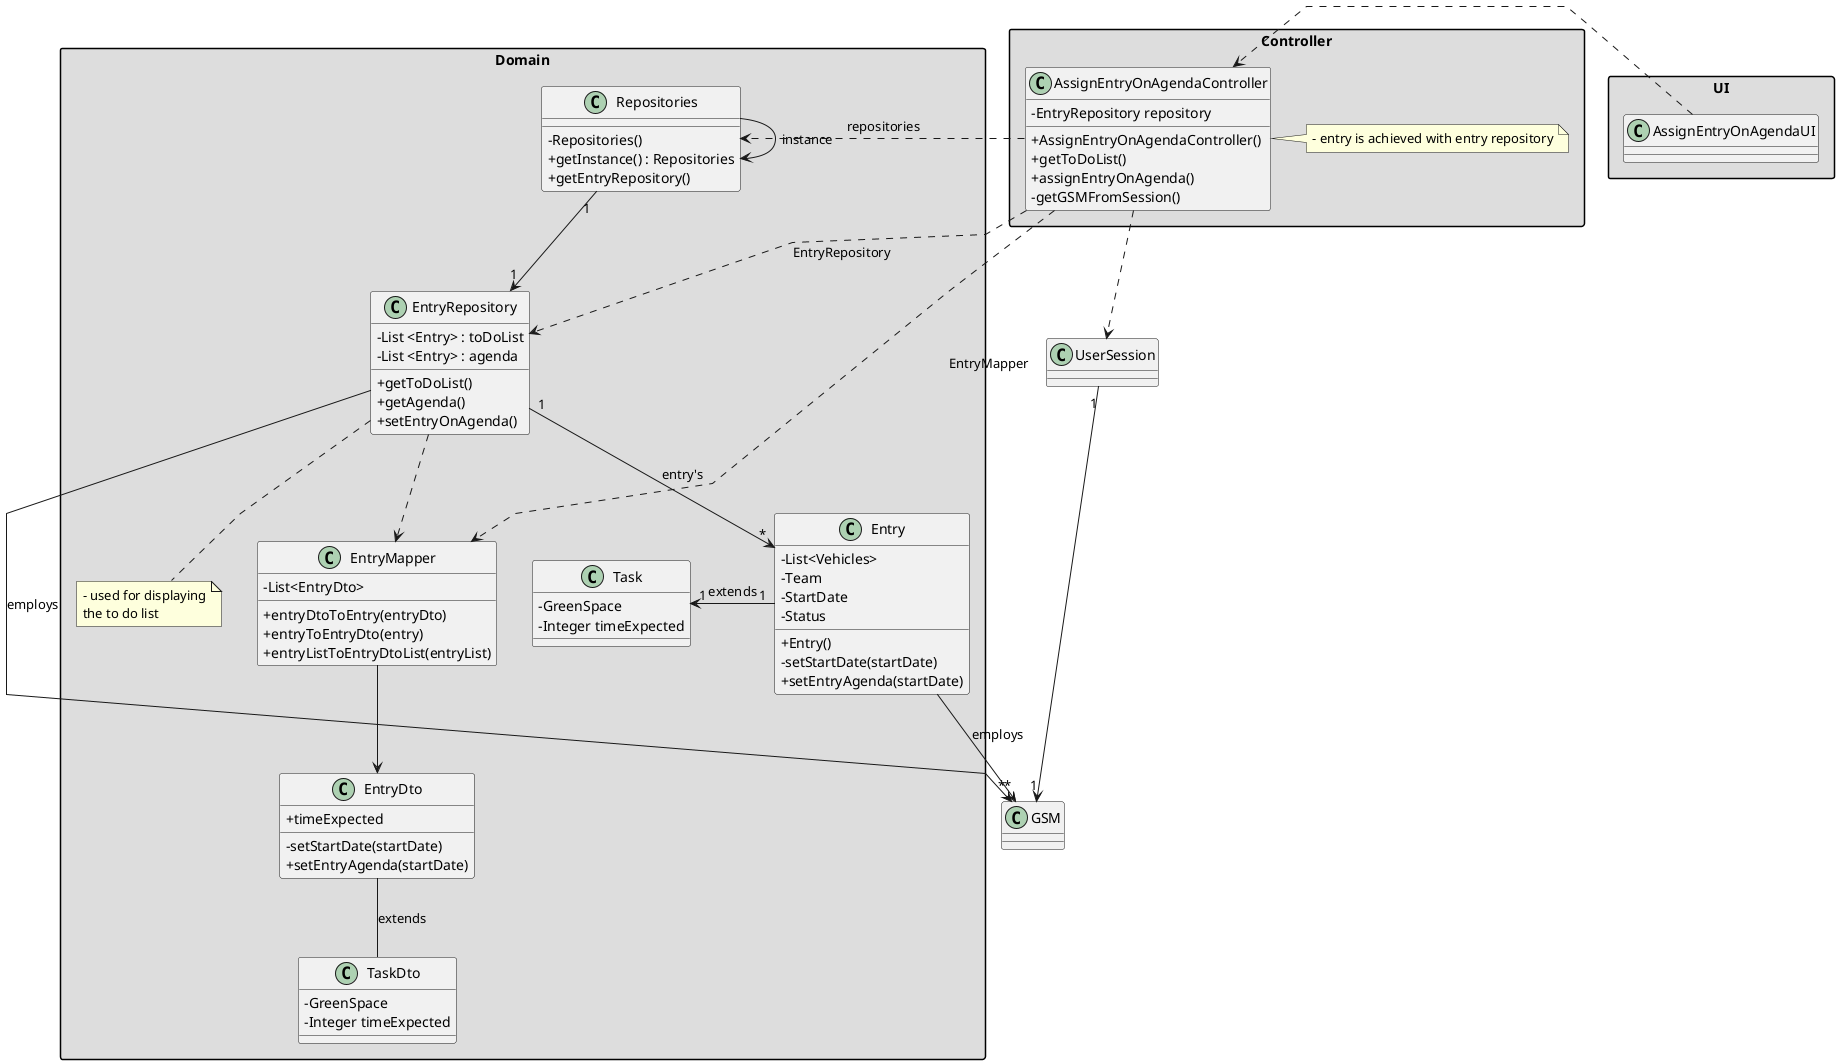
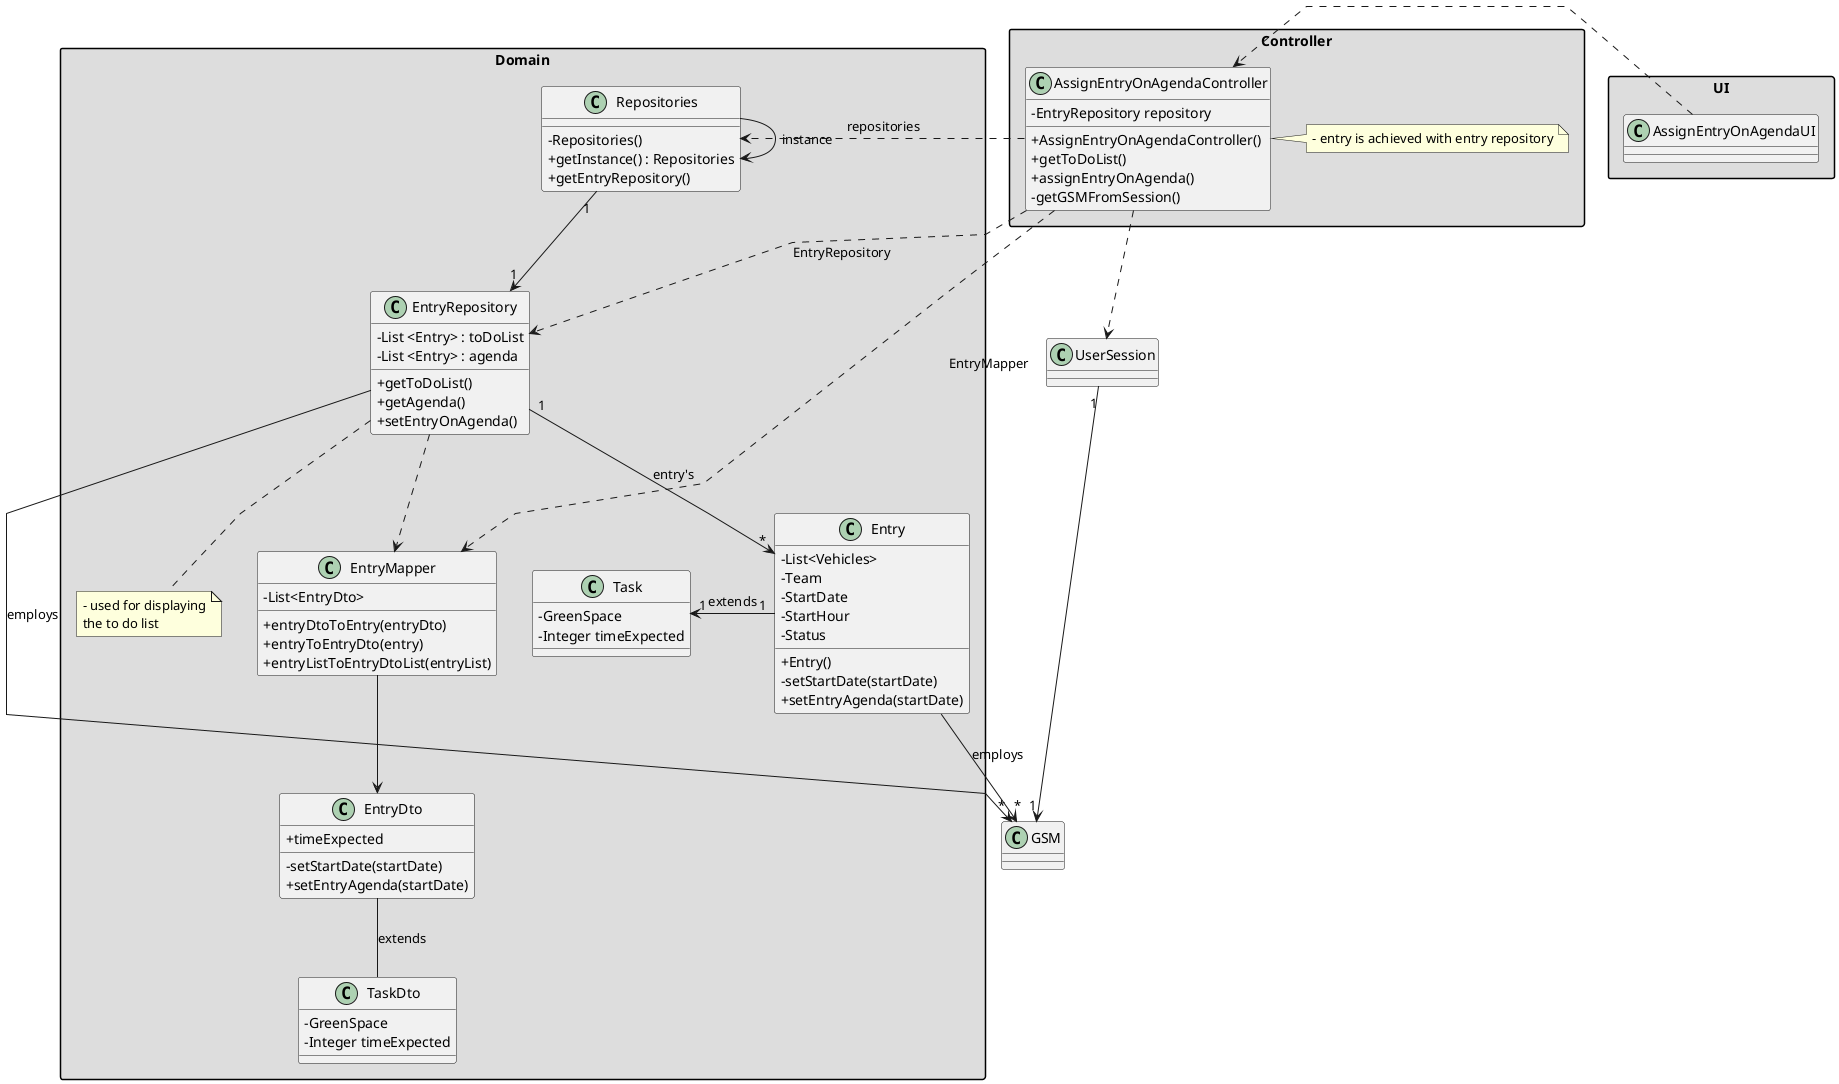
@startuml
'skinparam monochrome true
skinparam packageStyle rectangle
skinparam shadowing false
skinparam linetype polyline
'skinparam linetype orto

skinparam classAttributeIconSize 0

'left to right direction

package "Domain" #DDDDDD{

class Entry {
    - List<Vehicles>
    - Team
    - StartDate
+     - StartHour
    - Status
    + Entry()
    - setStartDate(startDate)
    + setEntryAgenda(startDate)
}

class Task{
    - GreenSpace
    - Integer timeExpected
}

class EntryRepository {
    - List <Entry> : toDoList
    - List <Entry> : agenda

    + getToDoList()
    + getAgenda()
    + setEntryOnAgenda()
}
note bottom of EntryRepository
    - used for displaying
    the to do list
end note


class Repositories {
    - Repositories()
    + getInstance() : Repositories
    + getEntryRepository()
}

class EntryMapper{
    - List<EntryDto>
    + entryDtoToEntry(entryDto)
    + entryToEntryDto(entry)
    + entryListToEntryDtoList(entryList)
}

class EntryDto{
    + timeExpected
    - setStartDate(startDate)
    + setEntryAgenda(startDate)
}

class TaskDto{

    -GreenSpace
    -Integer timeExpected
}

}



package "Controller" #DDDDDD{
class AssignEntryOnAgendaController {
    - EntryRepository repository
    + AssignEntryOnAgendaController()
    + getToDoList()
    + assignEntryOnAgenda()
    - getGSMFromSession()
}
note right of AssignEntryOnAgendaController
    - entry is achieved with entry repository
end note

}

class GSM {
}



package "UI" #DDDDDD{
class AssignEntryOnAgendaUI {
}
}






Repositories -> Repositories : instance

AssignEntryOnAgendaUI .> AssignEntryOnAgendaController

AssignEntryOnAgendaController .> Repositories : repositories
Repositories "1" --> "1" EntryRepository

EntryRepository  ..>  EntryMapper

EntryMapper --> EntryDto

EntryDto -- TaskDto : extends


AssignEntryOnAgendaController ..> EntryRepository : EntryRepository
AssignEntryOnAgendaController ..> EntryMapper : EntryMapper

AssignEntryOnAgendaController ..> UserSession
UserSession "1" --> "1" GSM
EntryRepository "1" --> "*" Entry : entry's
EntryRepository --> "*" GSM : employs
Entry --> "*" GSM : employs
Task "1" <- "1" Entry : extends


@enduml